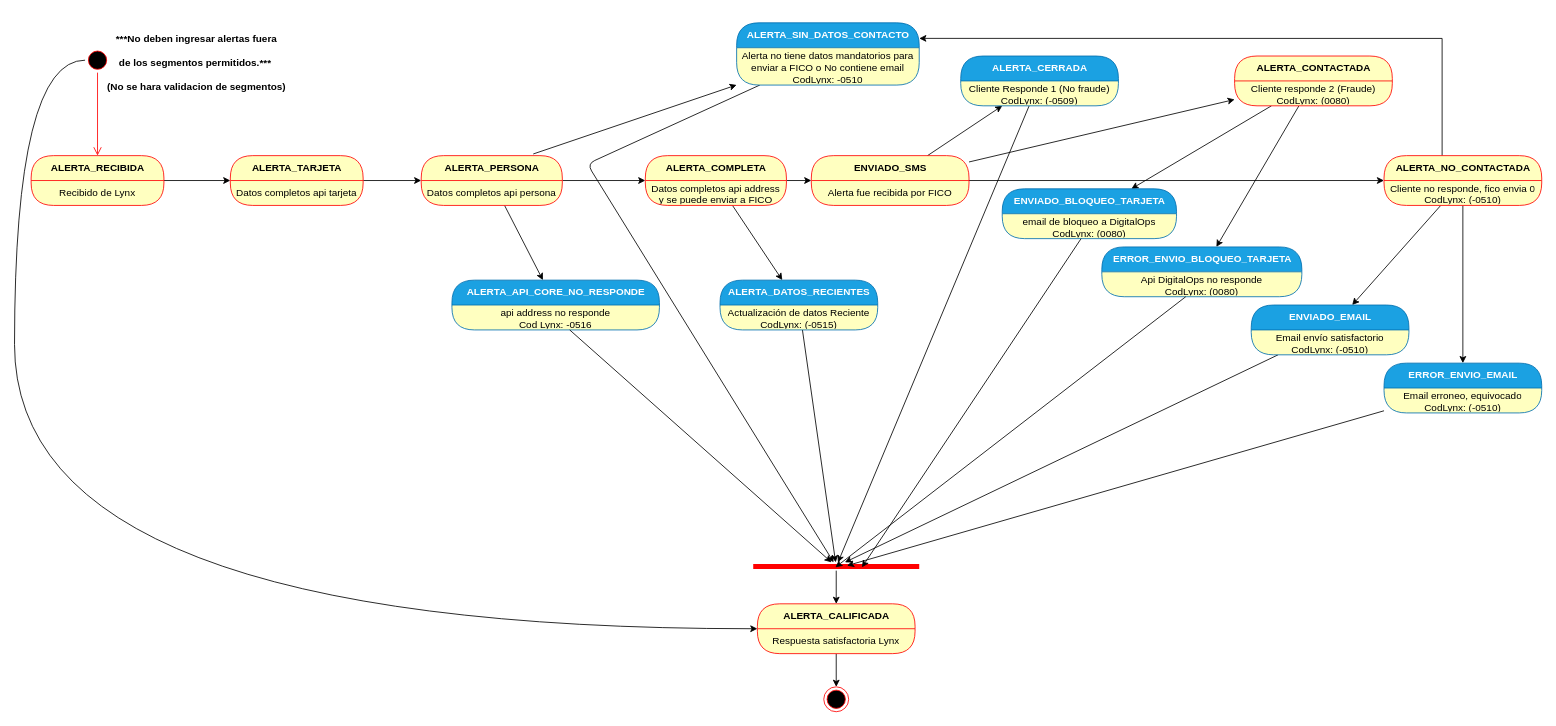
The draw.io diagram EstadosLynx.drawio in zolymo/diagrams, before the edit. Source tidied: cells renumbered, new cells numbered last; positions are measured from the earlier drawing's top-left corner, leaving out a move shared by most shapes. Both pictures are drawn from the tidied source at 83%, with x=0, y=0 at pixel (14, 14).
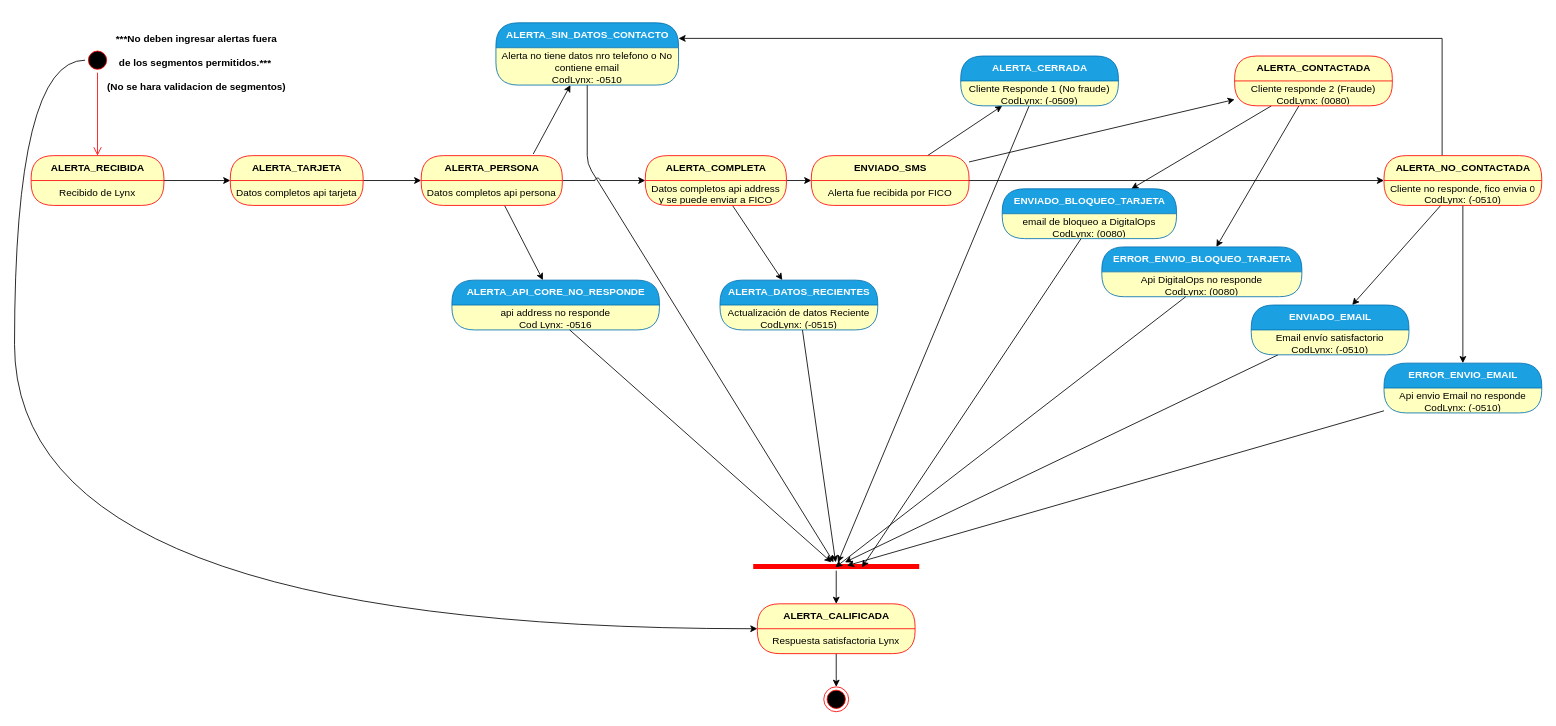
After the change.

Unchanged cells that the change refers to:
```xml
<mxCell id="14" value="ALERTA_PERSONA" style="swimlane;html=1;fontStyle=1;align=center;verticalAlign=middle;horizontal=1;startSize=30;fontColor=#000000;rounded=1;arcSize=30;strokeColor=#ff0000;fillColor=#ffffc0;swimlaneFillColor=#ffffc0;" parent="1" vertex="1">
  <mxGeometry x="490" y="170" width="170" height="60" as="geometry" />
</mxCell>
<mxCell id="18" value="ALERTA_COMPLETA" style="swimlane;html=1;fontStyle=1;align=center;verticalAlign=middle;horizontal=1;startSize=30;fontColor=#000000;rounded=1;arcSize=30;strokeColor=#ff0000;fillColor=#ffffc0;swimlaneFillColor=#ffffc0;" parent="1" vertex="1">
  <mxGeometry x="760" y="170" width="170" height="60" as="geometry" />
</mxCell>
<mxCell id="57" value="ERROR_ENVIO_EMAIL" style="swimlane;html=1;fontStyle=1;align=center;verticalAlign=middle;horizontal=1;startSize=30;rounded=1;arcSize=30;strokeColor=#006EAF;fillColor=#1ba1e2;swimlaneFillColor=#ffffc0;fontColor=#ffffff;" parent="1" vertex="1">
  <mxGeometry x="1650" y="420" width="190" height="60" as="geometry" />
</mxCell>
```

Diff of the diagram source:
```diff
@@
-    <mxCell id="11" style="edgeStyle=orthogonalEdgeStyle;rounded=0;jettySize=auto;html=1;" parent="1" edge="1" source="14" target="18">
+    <mxCell id="11" style="edgeStyle=orthogonalEdgeStyle;rounded=0;jettySize=auto;html=1;jumpStyle=arc;" parent="1" edge="1" source="14" target="18">
       <mxGeometry relative="1" as="geometry" />
     </mxCell>
@@
     <mxCell id="22" value="ALERTA_SIN_DATOS_CONTACTO" style="swimlane;html=1;fontStyle=1;align=center;verticalAlign=middle;horizontal=1;startSize=30;fontColor=#ffffff;rounded=1;arcSize=30;strokeColor=#006EAF;fillColor=#1ba1e2;swimlaneFillColor=#ffffc0;" parent="1" vertex="1">
-      <mxGeometry x="870" y="10" width="220" height="75" as="geometry" />
+      <mxGeometry x="580" y="10" width="220" height="75" as="geometry" />
     </mxCell>
-    <mxCell id="23" value="Alerta no tiene datos mandatorios para enviar a FICO o No contiene email&lt;br&gt;CodLynx: -0510" style="text;html=1;strokeColor=none;fillColor=none;align=center;verticalAlign=middle;spacingLeft=4;spacingRight=4;whiteSpace=wrap;overflow=hidden;fontColor=#000000;" parent="22" vertex="1">
+    <mxCell id="23" value="Alerta no tiene datos nro telefono o No contiene email&lt;br&gt;CodLynx: -0510" style="text;html=1;strokeColor=none;fillColor=none;align=center;verticalAlign=middle;spacingLeft=4;spacingRight=4;whiteSpace=wrap;overflow=hidden;fontColor=#000000;" parent="22" vertex="1">
       <mxGeometry y="30" width="220" height="45" as="geometry" />
     </mxCell>
@@
-    <mxCell id="58" value="Email erroneo, equivocado&lt;br&gt;CodLynx:&amp;nbsp;(-0510)" style="text;html=1;strokeColor=none;fillColor=none;align=center;verticalAlign=middle;spacingLeft=4;spacingRight=4;whiteSpace=wrap;overflow=hidden;fontColor=#000000;" parent="57" vertex="1">
+    <mxCell id="58" value="Api envio Email no responde&lt;br&gt;CodLynx:&amp;nbsp;(-0510)" style="text;html=1;strokeColor=none;fillColor=none;align=center;verticalAlign=middle;spacingLeft=4;spacingRight=4;whiteSpace=wrap;overflow=hidden;fontColor=#000000;" parent="57" vertex="1">
       <mxGeometry y="30" width="190" height="30" as="geometry" />
     </mxCell>
```
